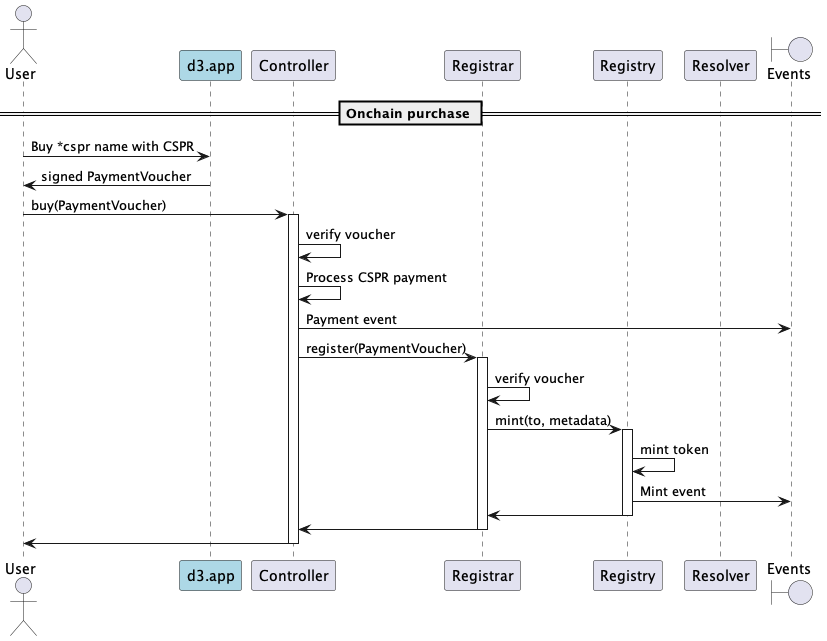
Before: docs/sequence-diagrams/puml/onchain-purchase.png, a diagram exported from PlantUML (make-software/cspr-name-contracts).
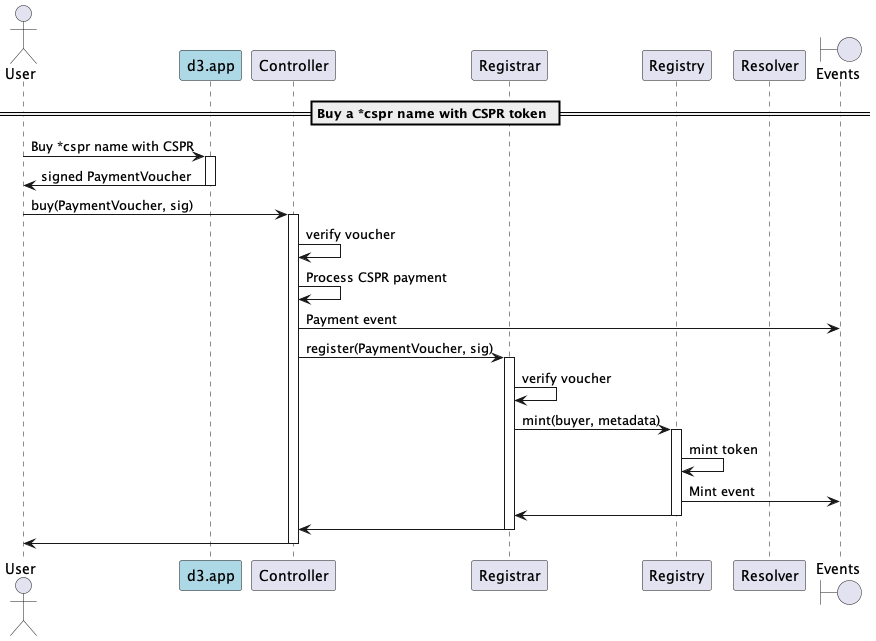
The same file after the commit.

What changed in the source:
```diff
@@ -8,19 +8,22 @@
 participant "Resolver"
 boundary "Events"
 
-== Onchain purchase ==
+== Buy a *cspr name with CSPR token ==
 
 User -> d3: Buy *cspr name with CSPR
+activate d3
 d3 -> User: signed PaymentVoucher
-User -> Controller: buy(PaymentVoucher)
+deactivate d3
+
+User -> Controller: buy(PaymentVoucher, sig)
 activate Controller
 Controller -> Controller: verify voucher
 Controller -> Controller: Process CSPR payment
 Controller -> "Events": Payment event
-Controller -> Registrar: register(PaymentVoucher)
+Controller -> Registrar: register(PaymentVoucher, sig)
 activate Registrar
 Registrar -> Registrar: verify voucher
-Registrar -> Registry: mint(to, metadata)
+Registrar -> Registry: mint(buyer, metadata)
 activate Registry
 Registry -> Registry: mint token
 Registry -> "Events": Mint event
```
